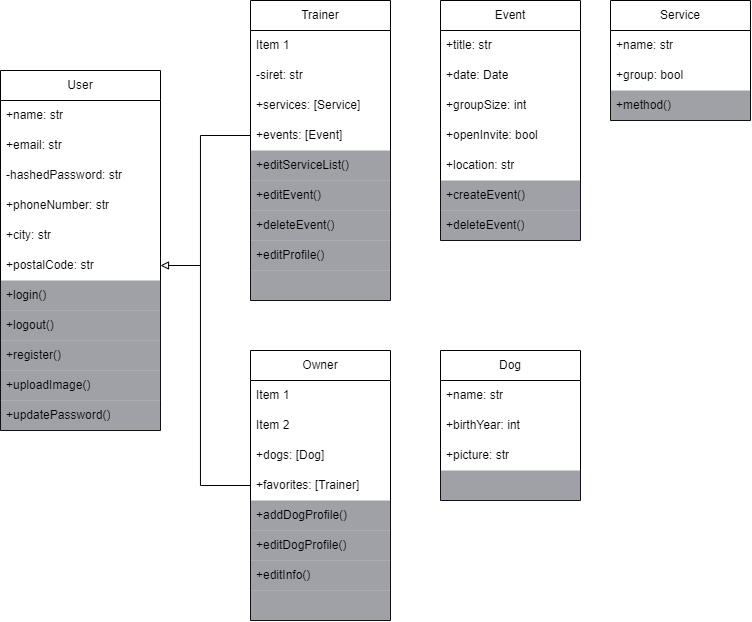
Before: _ressources/UML diagrams/class.png, a diagram exported from draw.io (WildCodeSchool/cdajs-2405-projet-la-meute). Source tidied: cells renumbered, new cells last; positions are measured from the earlier drawing's top-left corner, leaving out a move shared by most shapes.
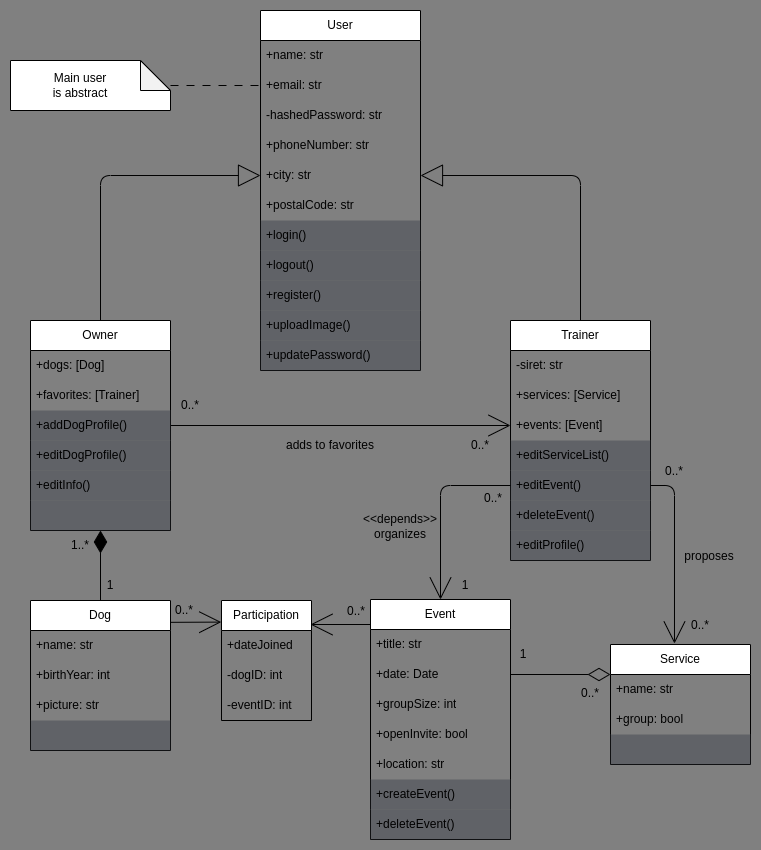
The same file after the commit.

Commit message:
class diagram

The edit, as a diff of the source:
```diff
@@ -1,9 +1,9 @@
-<mxGraphModel>
+<mxGraphModel background="#808080">
   <root>
     <mxCell id="0" />
     <mxCell id="1" parent="0" />
     <mxCell id="2" value="User" style="swimlane;fontStyle=0;horizontal=1;startSize=30;whiteSpace=wrap;html=1;" parent="1" vertex="1">
-      <mxGeometry y="70" width="160" height="360" as="geometry" />
+      <mxGeometry x="270" y="-20" width="160" height="360" as="geometry" />
     </mxCell>
     <mxCell id="3" value="+name: str" style="text;strokeColor=none;fillColor=none;align=left;verticalAlign=middle;spacingLeft=4;spacingRight=4;overflow=hidden;whiteSpace=wrap;html=1;" parent="2" vertex="1">
       <mxGeometry y="30" width="160" height="30" as="geometry" />
@@ -38,73 +38,65 @@
     <mxCell id="13" value="+updatePassword()" style="text;align=left;verticalAlign=middle;spacingLeft=4;spacingRight=4;overflow=hidden;whiteSpace=wrap;html=1;dashed=1;perimeterSpacing=0;fillColor=#40444D;strokeColor=none;fillStyle=solid;opacity=50;rounded=0;glass=0;shadow=0;" parent="2" vertex="1">
       <mxGeometry y="330" width="160" height="30" as="geometry" />
     </mxCell>
-    <mxCell id="14" style="edgeStyle=orthogonalEdgeStyle;html=1;entryX=0;entryY=0.5;entryDx=0;entryDy=0;exitX=0;exitY=0.5;exitDx=0;exitDy=0;rounded=0;endArrow=none;endFill=0;" parent="1" edge="1" source="19" target="29">
-      <mxGeometry relative="1" as="geometry">
-        <Array as="points">
-          <mxPoint x="200" y="135" />
-          <mxPoint x="200" y="485" />
-        </Array>
-      </mxGeometry>
-    </mxCell>
+    <mxCell id="52" style="edgeStyle=orthogonalEdgeStyle;html=1;entryX=1;entryY=0.5;entryDx=0;entryDy=0;endArrow=block;endFill=0;strokeWidth=1;endSize=20;" parent="1" edge="1" source="15" target="7">
+      <mxGeometry relative="1" as="geometry" />
+    </mxCell>
     <mxCell id="15" value="Trainer" style="swimlane;fontStyle=0;horizontal=1;startSize=30;whiteSpace=wrap;html=1;" parent="1" vertex="1">
-      <mxGeometry x="250" width="140" height="300" as="geometry" />
+      <mxGeometry x="520" y="290" width="140" height="240" as="geometry" />
     </mxCell>
-    <mxCell id="16" value="Item 1" style="text;strokeColor=none;fillColor=none;align=left;verticalAlign=middle;spacingLeft=4;spacingRight=4;overflow=hidden;whiteSpace=wrap;html=1;" parent="15" vertex="1">
-      <mxGeometry y="30" width="140" height="30" as="geometry" />
-    </mxCell>
     <mxCell id="17" value="-siret: str" style="text;strokeColor=none;fillColor=none;align=left;verticalAlign=middle;spacingLeft=4;spacingRight=4;overflow=hidden;whiteSpace=wrap;html=1;" parent="15" vertex="1">
-      <mxGeometry y="60" width="140" height="30" as="geometry" />
+      <mxGeometry y="30" width="140" height="30" as="geometry" />
     </mxCell>
     <mxCell id="18" value="+services: [Service]" style="text;strokeColor=none;fillColor=none;align=left;verticalAlign=middle;spacingLeft=4;spacingRight=4;overflow=hidden;whiteSpace=wrap;html=1;dashed=1;fillStyle=dots;" parent="15" vertex="1">
-      <mxGeometry y="90" width="140" height="30" as="geometry" />
+      <mxGeometry y="60" width="140" height="30" as="geometry" />
     </mxCell>
     <mxCell id="19" value="+events: [Event]" style="text;strokeColor=none;fillColor=none;align=left;verticalAlign=middle;spacingLeft=4;spacingRight=4;overflow=hidden;points=[[0,0.5],[1,0.5]];portConstraint=eastwest;whiteSpace=wrap;html=1;" parent="15" vertex="1">
-      <mxGeometry y="120" width="140" height="30" as="geometry" />
+      <mxGeometry y="90" width="140" height="30" as="geometry" />
     </mxCell>
     <mxCell id="20" value="+editServiceList()" style="text;align=left;verticalAlign=middle;spacingLeft=4;spacingRight=4;overflow=hidden;whiteSpace=wrap;html=1;dashed=1;perimeterSpacing=0;fillColor=#40444D;strokeColor=none;fillStyle=solid;opacity=50;rounded=0;glass=0;shadow=0;" parent="15" vertex="1">
-      <mxGeometry y="150" width="140" height="30" as="geometry" />
+      <mxGeometry y="120" width="140" height="30" as="geometry" />
     </mxCell>
     <mxCell id="21" value="+editEvent()" style="text;align=left;verticalAlign=middle;spacingLeft=4;spacingRight=4;overflow=hidden;points=[[0,0.5],[1,0.5]];portConstraint=eastwest;whiteSpace=wrap;html=1;dashed=1;perimeterSpacing=0;fillColor=#40444D;strokeColor=none;fillStyle=solid;opacity=50;rounded=0;glass=0;shadow=0;" parent="15" vertex="1">
-      <mxGeometry y="180" width="140" height="30" as="geometry" />
+      <mxGeometry y="150" width="140" height="30" as="geometry" />
     </mxCell>
     <mxCell id="22" value="+deleteEvent()" style="text;align=left;verticalAlign=middle;spacingLeft=4;spacingRight=4;overflow=hidden;whiteSpace=wrap;html=1;dashed=1;perimeterSpacing=0;fillColor=#40444D;strokeColor=none;fillStyle=solid;opacity=50;rounded=0;glass=0;shadow=0;" parent="15" vertex="1">
-      <mxGeometry y="210" width="140" height="30" as="geometry" />
+      <mxGeometry y="180" width="140" height="30" as="geometry" />
     </mxCell>
     <mxCell id="23" value="+editProfile()" style="text;align=left;verticalAlign=middle;spacingLeft=4;spacingRight=4;overflow=hidden;whiteSpace=wrap;html=1;dashed=1;perimeterSpacing=0;fillColor=#40444D;strokeColor=none;fillStyle=solid;opacity=50;rounded=0;glass=0;shadow=0;" parent="15" vertex="1">
-      <mxGeometry y="240" width="140" height="30" as="geometry" />
+      <mxGeometry y="210" width="140" height="30" as="geometry" />
     </mxCell>
-    <mxCell id="24" style="text;align=left;verticalAlign=middle;spacingLeft=4;spacingRight=4;overflow=hidden;whiteSpace=wrap;html=1;dashed=1;perimeterSpacing=0;fillColor=#40444D;strokeColor=none;fillStyle=solid;opacity=50;rounded=0;glass=0;shadow=0;" parent="15" vertex="1">
-      <mxGeometry y="270" width="140" height="30" as="geometry" />
-    </mxCell>
+    <mxCell id="53" style="edgeStyle=orthogonalEdgeStyle;html=1;entryX=0;entryY=0.5;entryDx=0;entryDy=0;endArrow=block;endFill=0;endSize=20;" parent="1" edge="1" source="25" target="7">
+      <mxGeometry relative="1" as="geometry" />
+    </mxCell>
+    <mxCell id="54" style="edgeStyle=none;html=1;entryX=0;entryY=0.5;entryDx=0;entryDy=0;strokeWidth=1;endArrow=open;endFill=0;endSize=20;" parent="1" edge="1" source="25" target="19">
+      <mxGeometry relative="1" as="geometry" />
+    </mxCell>
     <mxCell id="25" value="Owner" style="swimlane;fontStyle=0;horizontal=1;startSize=30;whiteSpace=wrap;html=1;" parent="1" vertex="1">
-      <mxGeometry x="250" y="350" width="140" height="270" as="geometry" />
+      <mxGeometry x="40" y="290" width="140" height="210" as="geometry" />
     </mxCell>
-    <mxCell id="26" value="Item 1" style="text;strokeColor=none;fillColor=none;align=left;verticalAlign=middle;spacingLeft=4;spacingRight=4;overflow=hidden;whiteSpace=wrap;html=1;" parent="25" vertex="1">
-      <mxGeometry y="30" width="140" height="30" as="geometry" />
-    </mxCell>
-    <mxCell id="27" value="Item 2" style="text;strokeColor=none;fillColor=none;align=left;verticalAlign=middle;spacingLeft=4;spacingRight=4;overflow=hidden;whiteSpace=wrap;html=1;" parent="25" vertex="1">
-      <mxGeometry y="60" width="140" height="30" as="geometry" />
-    </mxCell>
     <mxCell id="28" value="+dogs: [Dog]" style="text;strokeColor=none;fillColor=none;align=left;verticalAlign=middle;spacingLeft=4;spacingRight=4;overflow=hidden;whiteSpace=wrap;html=1;" parent="25" vertex="1">
-      <mxGeometry y="90" width="140" height="30" as="geometry" />
+      <mxGeometry y="30" width="140" height="30" as="geometry" />
     </mxCell>
     <mxCell id="29" value="+favorites: [Trainer]" style="text;strokeColor=none;fillColor=none;align=left;verticalAlign=middle;spacingLeft=4;spacingRight=4;overflow=hidden;points=[[0,0.5],[1,0.5]];portConstraint=eastwest;whiteSpace=wrap;html=1;" parent="25" vertex="1">
-      <mxGeometry y="120" width="140" height="30" as="geometry" />
+      <mxGeometry y="60" width="140" height="30" as="geometry" />
     </mxCell>
     <mxCell id="30" value="+addDogProfile()" style="text;align=left;verticalAlign=middle;spacingLeft=4;spacingRight=4;overflow=hidden;whiteSpace=wrap;html=1;dashed=1;perimeterSpacing=0;fillColor=#40444D;strokeColor=none;fillStyle=solid;opacity=50;rounded=0;glass=0;shadow=0;" parent="25" vertex="1">
-      <mxGeometry y="150" width="140" height="30" as="geometry" />
+      <mxGeometry y="90" width="140" height="30" as="geometry" />
     </mxCell>
     <mxCell id="31" value="+editDogProfile()" style="text;align=left;verticalAlign=middle;spacingLeft=4;spacingRight=4;overflow=hidden;whiteSpace=wrap;html=1;dashed=1;perimeterSpacing=0;fillColor=#40444D;strokeColor=none;fillStyle=solid;opacity=50;rounded=0;glass=0;shadow=0;" parent="25" vertex="1">
-      <mxGeometry y="180" width="140" height="30" as="geometry" />
+      <mxGeometry y="120" width="140" height="30" as="geometry" />
     </mxCell>
     <mxCell id="32" value="+editInfo()" style="text;align=left;verticalAlign=middle;spacingLeft=4;spacingRight=4;overflow=hidden;whiteSpace=wrap;html=1;dashed=1;perimeterSpacing=0;fillColor=#40444D;strokeColor=none;fillStyle=solid;opacity=50;rounded=0;glass=0;shadow=0;" parent="25" vertex="1">
-      <mxGeometry y="210" width="140" height="30" as="geometry" />
+      <mxGeometry y="150" width="140" height="30" as="geometry" />
     </mxCell>
     <mxCell id="33" style="text;align=left;verticalAlign=middle;spacingLeft=4;spacingRight=4;overflow=hidden;whiteSpace=wrap;html=1;dashed=1;perimeterSpacing=0;fillColor=#40444D;strokeColor=none;fillStyle=solid;opacity=50;rounded=0;glass=0;shadow=0;" parent="25" vertex="1">
-      <mxGeometry y="240" width="140" height="30" as="geometry" />
+      <mxGeometry y="180" width="140" height="30" as="geometry" />
     </mxCell>
+    <mxCell id="55" style="edgeStyle=none;html=1;entryX=0.5;entryY=1;entryDx=0;entryDy=0;endArrow=diamondThin;endFill=1;endSize=20;" parent="1" edge="1" source="34" target="25">
+      <mxGeometry relative="1" as="geometry" />
+    </mxCell>
     <mxCell id="34" value="Dog" style="swimlane;fontStyle=0;horizontal=1;startSize=30;whiteSpace=wrap;html=1;" parent="1" vertex="1">
-      <mxGeometry x="440" y="350" width="140" height="150" as="geometry" />
+      <mxGeometry x="40" y="570" width="140" height="150" as="geometry" />
     </mxCell>
     <mxCell id="35" value="+name: str" style="text;strokeColor=none;fillColor=none;align=left;verticalAlign=middle;spacingLeft=4;spacingRight=4;overflow=hidden;whiteSpace=wrap;html=1;" parent="34" vertex="1">
       <mxGeometry y="30" width="140" height="30" as="geometry" />
@@ -118,8 +110,11 @@
     <mxCell id="38" style="text;align=left;verticalAlign=middle;spacingLeft=4;spacingRight=4;overflow=hidden;whiteSpace=wrap;html=1;dashed=1;perimeterSpacing=0;fillColor=#40444D;strokeColor=none;fillStyle=solid;opacity=50;rounded=0;glass=0;shadow=0;" parent="34" vertex="1">
       <mxGeometry y="120" width="140" height="30" as="geometry" />
     </mxCell>
+    <mxCell id="56" style="edgeStyle=orthogonalEdgeStyle;html=1;entryX=1;entryY=0.5;entryDx=0;entryDy=0;strokeWidth=1;endArrow=none;endFill=0;endSize=20;startArrow=open;startFill=0;startSize=20;exitX=0.457;exitY=-0.008;exitDx=0;exitDy=0;exitPerimeter=0;" parent="1" edge="1" source="39" target="21">
+      <mxGeometry relative="1" as="geometry" />
+    </mxCell>
     <mxCell id="39" value="Service" style="swimlane;fontStyle=0;horizontal=1;startSize=30;whiteSpace=wrap;html=1;" parent="1" vertex="1">
-      <mxGeometry x="610" width="140" height="120" as="geometry" />
+      <mxGeometry x="620" y="614" width="140" height="120" as="geometry" />
     </mxCell>
     <mxCell id="40" value="+name: str" style="text;strokeColor=none;fillColor=none;align=left;verticalAlign=middle;spacingLeft=4;spacingRight=4;overflow=hidden;whiteSpace=wrap;html=1;" parent="39" vertex="1">
       <mxGeometry y="30" width="140" height="30" as="geometry" />
@@ -127,11 +122,17 @@
     <mxCell id="41" value="+group: bool" style="text;strokeColor=none;fillColor=none;align=left;verticalAlign=middle;spacingLeft=4;spacingRight=4;overflow=hidden;whiteSpace=wrap;html=1;" parent="39" vertex="1">
       <mxGeometry y="60" width="140" height="30" as="geometry" />
     </mxCell>
-    <mxCell id="42" value="+method()" style="text;align=left;verticalAlign=middle;spacingLeft=4;spacingRight=4;overflow=hidden;whiteSpace=wrap;html=1;dashed=1;perimeterSpacing=0;fillColor=#40444D;strokeColor=none;fillStyle=solid;opacity=50;rounded=0;glass=0;shadow=0;" parent="39" vertex="1">
+    <mxCell id="42" style="text;align=left;verticalAlign=middle;spacingLeft=4;spacingRight=4;overflow=hidden;whiteSpace=wrap;html=1;dashed=1;perimeterSpacing=0;fillColor=#40444D;strokeColor=none;fillStyle=solid;opacity=50;rounded=0;glass=0;shadow=0;" parent="39" vertex="1">
       <mxGeometry y="90" width="140" height="30" as="geometry" />
     </mxCell>
+    <mxCell id="57" style="html=1;entryX=0;entryY=0.5;entryDx=0;entryDy=0;strokeWidth=1;endArrow=none;endFill=0;endSize=20;startArrow=open;startFill=0;startSize=20;exitX=0.5;exitY=0;exitDx=0;exitDy=0;edgeStyle=orthogonalEdgeStyle;" parent="1" edge="1" source="43" target="21">
+      <mxGeometry relative="1" as="geometry" />
+    </mxCell>
+    <mxCell id="58" style="edgeStyle=none;html=1;strokeWidth=1;endArrow=diamondThin;endFill=0;endSize=20;entryX=0;entryY=0.25;entryDx=0;entryDy=0;exitX=1;exitY=0.5;exitDx=0;exitDy=0;startSize=20;" parent="1" edge="1" source="45" target="39">
+      <mxGeometry relative="1" as="geometry" />
+    </mxCell>
     <mxCell id="43" value="Event" style="swimlane;fontStyle=0;horizontal=1;startSize=30;whiteSpace=wrap;html=1;" parent="1" vertex="1">
-      <mxGeometry x="440" width="140" height="240" as="geometry" />
+      <mxGeometry x="380" y="569" width="140" height="240" as="geometry" />
     </mxCell>
     <mxCell id="44" value="+title: str" style="text;strokeColor=none;fillColor=none;align=left;verticalAlign=middle;spacingLeft=4;spacingRight=4;overflow=hidden;whiteSpace=wrap;html=1;" parent="43" vertex="1">
       <mxGeometry y="30" width="140" height="30" as="geometry" />
@@ -154,10 +155,82 @@
     <mxCell id="50" value="+deleteEvent()" style="text;align=left;verticalAlign=middle;spacingLeft=4;spacingRight=4;overflow=hidden;whiteSpace=wrap;html=1;dashed=1;perimeterSpacing=0;fillColor=#40444D;strokeColor=none;fillStyle=solid;opacity=50;rounded=0;glass=0;shadow=0;" parent="43" vertex="1">
       <mxGeometry y="210" width="140" height="30" as="geometry" />
     </mxCell>
-    <mxCell id="51" style="endArrow=none;startArrow=block;html=1;rounded=0;exitX=1;exitY=0.5;exitDx=0;exitDy=0;startFill=0;endFill=0;" parent="1" edge="1" source="8">
-      <mxGeometry relative="1" as="geometry">
-        <mxPoint x="200" y="265" as="targetPoint" />
-      </mxGeometry>
-    </mxCell>
+    <mxCell id="59" value="1..*" style="text;html=1;strokeColor=none;fillColor=none;align=center;verticalAlign=middle;whiteSpace=wrap;rounded=0;" parent="1" vertex="1">
+      <mxGeometry x="60" y="500" width="60" height="30" as="geometry" />
+    </mxCell>
+    <mxCell id="60" value="1" style="text;html=1;strokeColor=none;fillColor=none;align=center;verticalAlign=middle;whiteSpace=wrap;rounded=0;" parent="1" vertex="1">
+      <mxGeometry x="90" y="540" width="60" height="30" as="geometry" />
+    </mxCell>
+    <mxCell id="61" value="0..*" style="text;html=1;strokeColor=none;fillColor=none;align=center;verticalAlign=middle;whiteSpace=wrap;rounded=0;" parent="1" vertex="1">
+      <mxGeometry x="170" y="360" width="60" height="30" as="geometry" />
+    </mxCell>
+    <mxCell id="62" value="0..*" style="text;html=1;strokeColor=none;fillColor=none;align=center;verticalAlign=middle;whiteSpace=wrap;rounded=0;" parent="1" vertex="1">
+      <mxGeometry x="460" y="400" width="60" height="30" as="geometry" />
+    </mxCell>
+    <mxCell id="63" value="0..*" style="text;html=1;strokeColor=none;fillColor=none;align=center;verticalAlign=middle;whiteSpace=wrap;rounded=0;" parent="1" vertex="1">
+      <mxGeometry x="654" y="426" width="60" height="30" as="geometry" />
+    </mxCell>
+    <mxCell id="64" value="0..*" style="text;html=1;strokeColor=none;fillColor=none;align=center;verticalAlign=middle;whiteSpace=wrap;rounded=0;" parent="1" vertex="1">
+      <mxGeometry x="680" y="580" width="60" height="30" as="geometry" />
+    </mxCell>
+    <mxCell id="65" value="proposes" style="text;html=1;strokeColor=none;fillColor=none;align=center;verticalAlign=middle;whiteSpace=wrap;rounded=0;" parent="1" vertex="1">
+      <mxGeometry x="689" y="511" width="60" height="30" as="geometry" />
+    </mxCell>
+    <mxCell id="66" value="adds to favorites" style="text;html=1;strokeColor=none;fillColor=none;align=center;verticalAlign=middle;whiteSpace=wrap;rounded=0;" parent="1" vertex="1">
+      <mxGeometry x="290" y="400" width="100" height="30" as="geometry" />
+    </mxCell>
+    <mxCell id="67" value="1" style="text;html=1;strokeColor=none;fillColor=none;align=center;verticalAlign=middle;whiteSpace=wrap;rounded=0;" parent="1" vertex="1">
+      <mxGeometry x="503" y="609" width="60" height="30" as="geometry" />
+    </mxCell>
+    <mxCell id="68" value="0..*" style="text;html=1;strokeColor=none;fillColor=none;align=center;verticalAlign=middle;whiteSpace=wrap;rounded=0;" parent="1" vertex="1">
+      <mxGeometry x="570" y="648" width="60" height="30" as="geometry" />
+    </mxCell>
+    <mxCell id="69" value="&amp;lt;&amp;lt;depends&amp;gt;&amp;gt;&lt;br&gt;organizes" style="text;html=1;strokeColor=none;fillColor=none;align=center;verticalAlign=middle;whiteSpace=wrap;rounded=0;" parent="1" vertex="1">
+      <mxGeometry x="380" y="481" width="60" height="30" as="geometry" />
+    </mxCell>
+    <mxCell id="70" value="0..*" style="text;html=1;strokeColor=none;fillColor=none;align=center;verticalAlign=middle;whiteSpace=wrap;rounded=0;" parent="1" vertex="1">
+      <mxGeometry x="473" y="453" width="60" height="30" as="geometry" />
+    </mxCell>
+    <mxCell id="71" value="1" style="text;html=1;strokeColor=none;fillColor=none;align=center;verticalAlign=middle;whiteSpace=wrap;rounded=0;" parent="1" vertex="1">
+      <mxGeometry x="445" y="540" width="60" height="30" as="geometry" />
+    </mxCell>
+    <mxCell id="72" style="edgeStyle=none;html=1;entryX=0;entryY=0.5;entryDx=0;entryDy=0;strokeWidth=1;startArrow=none;startFill=0;endArrow=none;endFill=0;startSize=20;endSize=20;dashed=1;dashPattern=8 8;" parent="1" edge="1" source="73" target="4">
+      <mxGeometry relative="1" as="geometry" />
+    </mxCell>
+    <mxCell id="73" style="shape=note;whiteSpace=wrap;html=1;backgroundOutline=1;darkOpacity=0.05;" parent="1" vertex="1">
+      <mxGeometry x="20" y="30" width="160" height="50" as="geometry" />
+    </mxCell>
+    <mxCell id="74" value="Main user is abstract" style="text;html=1;strokeColor=none;fillColor=none;align=center;verticalAlign=middle;whiteSpace=wrap;rounded=0;" parent="1" vertex="1">
+      <mxGeometry x="60" y="40" width="60" height="30" as="geometry" />
+    </mxCell>
+    <mxCell id="75" value="Participation" style="swimlane;fontStyle=0;horizontal=1;startSize=30;whiteSpace=wrap;html=1;" parent="1" vertex="1">
+      <mxGeometry x="231" y="570" width="90" height="120" as="geometry" />
+    </mxCell>
+    <mxCell id="76" value="+dateJoined" style="text;strokeColor=none;fillColor=none;align=left;verticalAlign=middle;spacingLeft=4;spacingRight=4;overflow=hidden;whiteSpace=wrap;html=1;" parent="75" vertex="1">
+      <mxGeometry y="30" width="90" height="30" as="geometry" />
+    </mxCell>
+    <mxCell id="77" value="-dogID: int" style="text;strokeColor=none;fillColor=none;align=left;verticalAlign=middle;spacingLeft=4;spacingRight=4;overflow=hidden;whiteSpace=wrap;html=1;" parent="75" vertex="1">
+      <mxGeometry y="60" width="90" height="30" as="geometry" />
+    </mxCell>
+    <mxCell id="78" value="-eventID: int" style="text;strokeColor=none;fillColor=none;align=left;verticalAlign=middle;spacingLeft=4;spacingRight=4;overflow=hidden;whiteSpace=wrap;html=1;" parent="75" vertex="1">
+      <mxGeometry y="90" width="90" height="30" as="geometry" />
+    </mxCell>
+    <mxCell id="79" style="edgeStyle=none;html=1;entryX=-0.003;entryY=0.18;entryDx=0;entryDy=0;strokeWidth=1;startArrow=none;startFill=0;endArrow=open;endFill=0;startSize=20;endSize=20;entryPerimeter=0;" parent="1" edge="1" target="75">
+      <mxGeometry relative="1" as="geometry">
+        <mxPoint x="180" y="591.8" as="sourcePoint" />
+      </mxGeometry>
+    </mxCell>
+    <mxCell id="80" style="edgeStyle=none;html=1;entryX=1;entryY=0.5;entryDx=0;entryDy=0;strokeWidth=1;startArrow=none;startFill=0;endArrow=open;endFill=0;startSize=20;endSize=20;" parent="1" edge="1">
+      <mxGeometry relative="1" as="geometry">
+        <mxPoint x="380" y="594" as="sourcePoint" />
+        <mxPoint x="320" y="594" as="targetPoint" />
+      </mxGeometry>
+    </mxCell>
+    <mxCell id="81" value="0..*" style="text;html=1;strokeColor=none;fillColor=none;align=center;verticalAlign=middle;whiteSpace=wrap;rounded=0;" parent="1" vertex="1">
+      <mxGeometry x="164" y="565" width="60" height="30" as="geometry" />
+    </mxCell>
+    <mxCell id="82" value="0..*" style="text;html=1;strokeColor=none;fillColor=none;align=center;verticalAlign=middle;whiteSpace=wrap;rounded=0;" parent="1" vertex="1">
+      <mxGeometry x="336" y="566" width="60" height="30" as="geometry" />
+    </mxCell>
   </root>
 </mxGraphModel>
```
